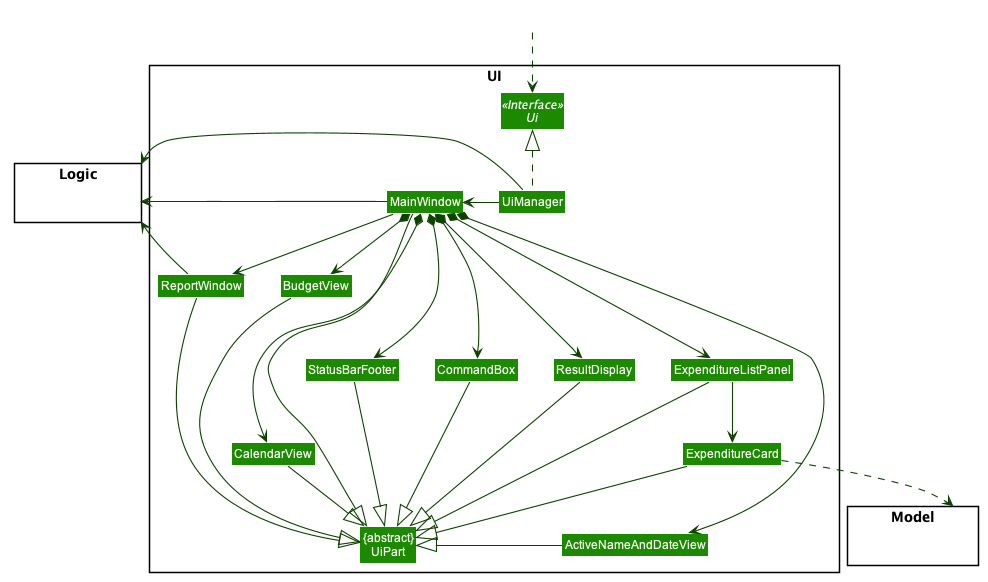
This is images/UiClassDiagram.png from AY1920S2-CS2103T-T10-3/main, a PlantUML export, as it was before one commit.
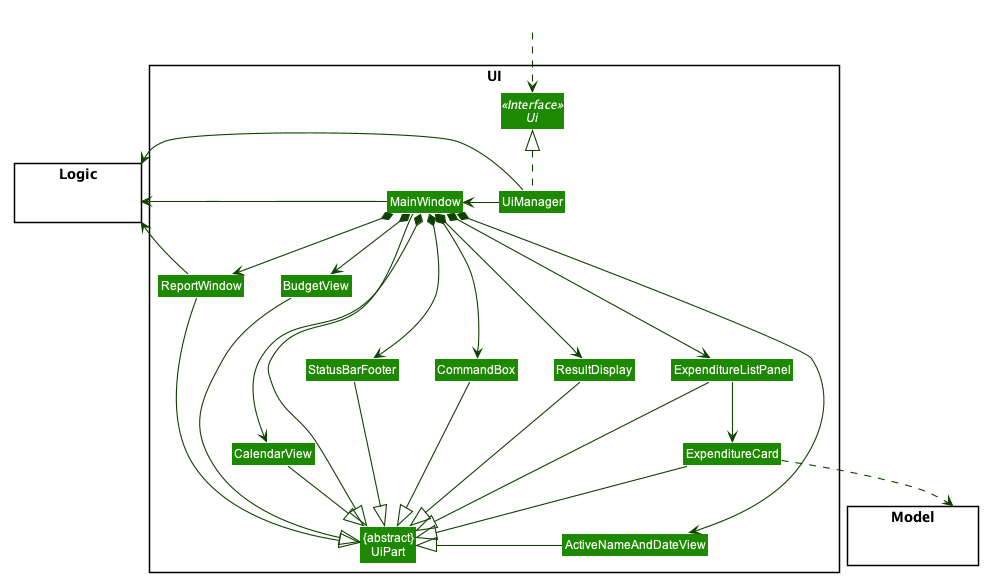
After the commit.

The edit, as a diff of the source:
```diff
@@ -36,6 +36,10 @@
 skinparam Participant {
     FontColor #FFFFFFF
     Padding 20
+}
+
+skinparam TextColor {
+    FontColor #FFFFFF
 }
 
 skinparam MinClassWidth 50
@@ -81,7 +85,7 @@
 UiManager .up.|> Ui
 UiManager -left-> MainWindow
 MainWindow *--right-> CalendarView
-MainWindow -down-> ReportWindow
+MainWindow *-down-> ReportWindow
 MainWindow *---> CommandBox
 MainWindow *---> ResultDisplay
 MainWindow *---> ExpenditureListPanel
```
